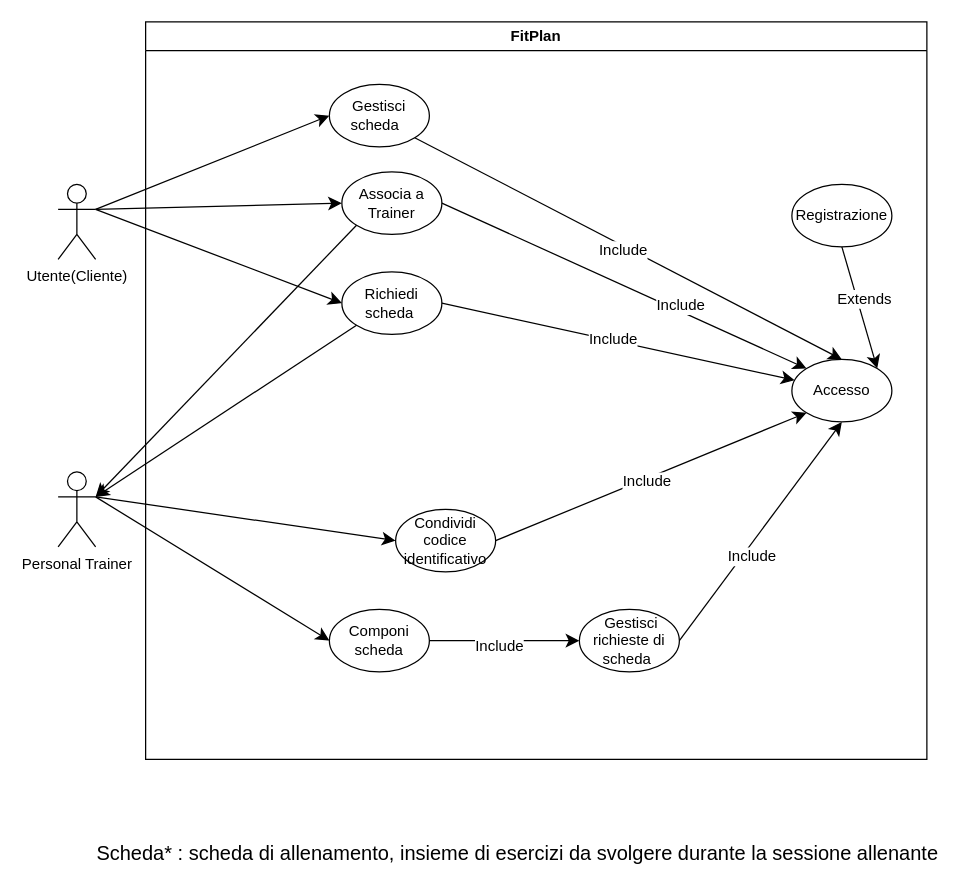
This is UseCaseDiagram/UseCaseDiagram.drawio from FedericoSib/FitPlan, a draw.io file, before an edit. Source tidied: cells renumbered, new cells numbered last; positions are measured from the earlier drawing's top-left corner, leaving out a move shared by most shapes. Both pictures are drawn from the tidied source at 125%, with x=0, y=0 at pixel (58, 21).
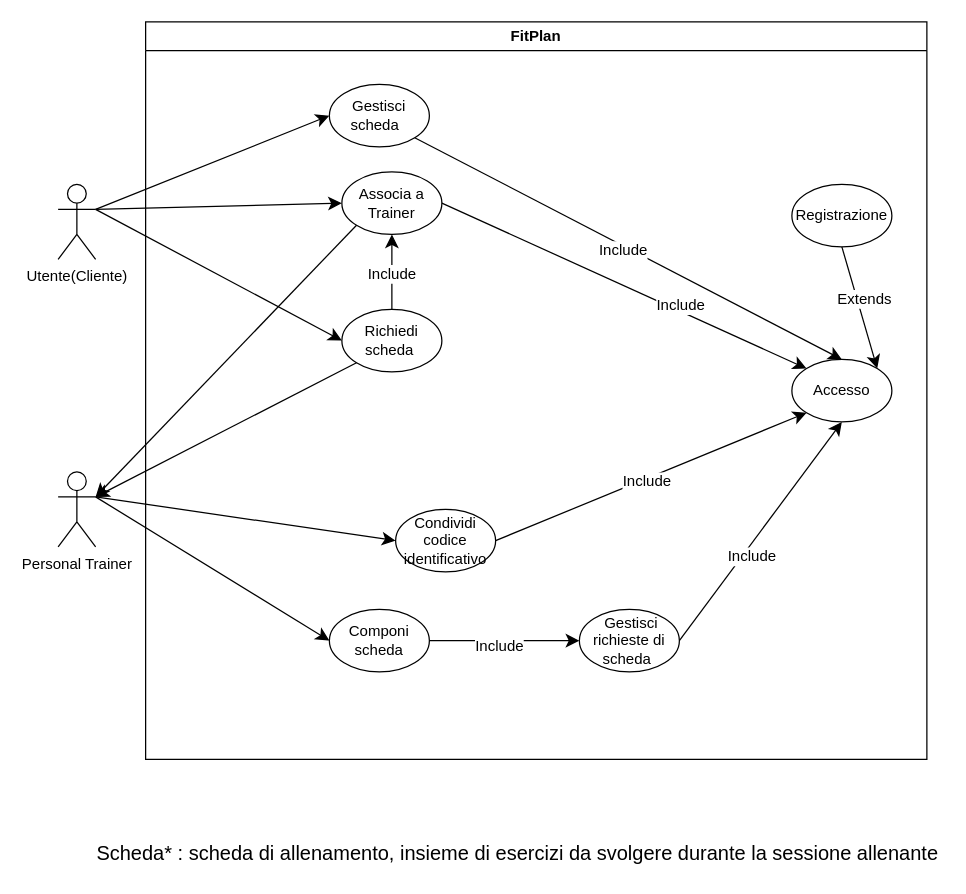
Above is the later version.

The change refers to these unchanged cells:
```xml
<mxCell id="2" value="FitPlan" style="swimlane;whiteSpace=wrap;html=1;" parent="1" vertex="1">
  <mxGeometry x="70" width="625" height="590" as="geometry" />
</mxCell>
<mxCell id="3" value="Accesso" style="ellipse;whiteSpace=wrap;html=1;" parent="2" vertex="1">
  <mxGeometry x="517" y="270" width="80" height="50" as="geometry" />
</mxCell>
<mxCell id="7" value="Associa a Trainer" style="ellipse;whiteSpace=wrap;html=1;" parent="2" vertex="1">
  <mxGeometry x="157" y="120" width="80" height="50" as="geometry" />
</mxCell>
```

What changed in the source:
```diff
@@
     <mxCell id="6" value="Richiedi scheda&amp;nbsp;" style="ellipse;whiteSpace=wrap;html=1;" parent="2" vertex="1">
-      <mxGeometry x="157" y="200" width="80" height="50" as="geometry" />
+      <mxGeometry x="157" y="230" width="80" height="50" as="geometry" />
     </mxCell>
@@
-    <mxCell id="16" style="edgeStyle=none;jettySize=auto;html=1;rounded=0;fontSize=12;startSize=8;endSize=8;curved=1;exitX=1;exitY=0.5;exitDx=0;exitDy=0;" parent="2" edge="1" source="6" target="3">
+    <mxCell id="16" style="edgeStyle=none;jettySize=auto;html=1;rounded=0;fontSize=12;startSize=8;endSize=8;curved=1;entryX=0.5;entryY=1;entryDx=0;entryDy=0;exitX=0.5;exitY=0;exitDx=0;exitDy=0;" parent="2" edge="1" source="6" target="7">
       <mxGeometry relative="1" as="geometry" />
     </mxCell>
```
